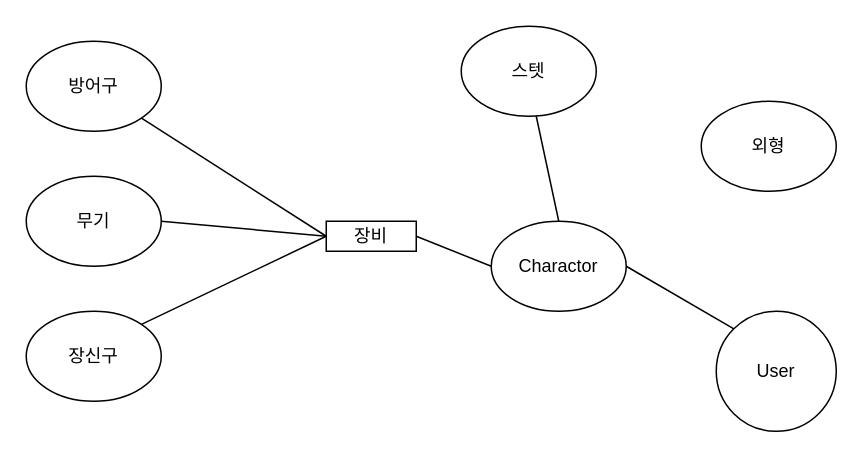
tjsahr0099/dev keeps this draw.io diagram as page "마인드맵" (1 of 2) of doc/설계_마인드맵.drawio. Above is the earlier version. Source tidied: cells renumbered, new cells numbered last; positions are measured from the earlier drawing's top-left corner, leaving out a move shared by most shapes. Both pictures are drawn from the tidied source at 150%, with x=0, y=0 at pixel (26, 26).
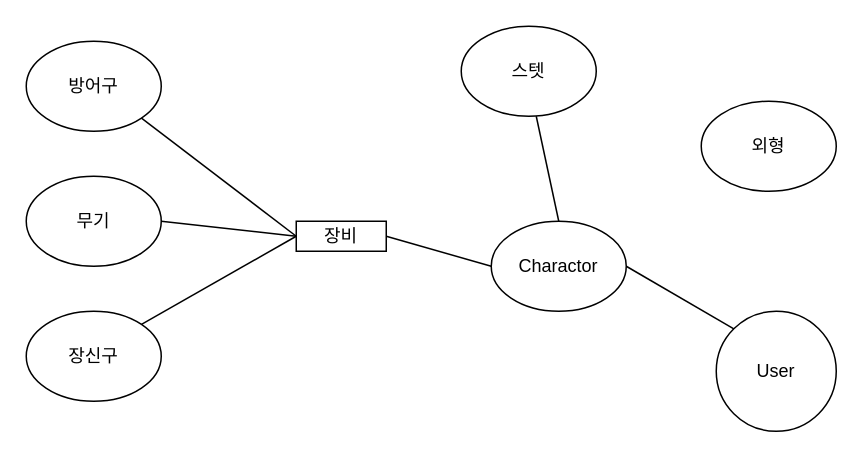
The same page after the edit.

Change to the diagram source:
```diff
@@
 <mxGraphModel>
   <root>
     <mxCell id="0" />
     <mxCell id="1" parent="0" />
     <mxCell id="2" value="User" style="ellipse;whiteSpace=wrap;html=1;" parent="1" vertex="1">
       <mxGeometry x="460" y="190" width="80" height="80" as="geometry" />
     </mxCell>
     <mxCell id="3" value="Charactor" style="ellipse;whiteSpace=wrap;html=1;" parent="1" vertex="1">
       <mxGeometry x="310" y="130" width="90" height="60" as="geometry" />
     </mxCell>
     <mxCell id="4" style="endArrow=none;html=1;exitX=0;exitY=0;exitDx=0;exitDy=0;entryX=1;entryY=0.5;entryDx=0;entryDy=0;" parent="1" edge="1" source="2" target="3">
       <mxGeometry relative="1" as="geometry" />
     </mxCell>
     <mxCell id="5" value="장비" style="rounded=0;whiteSpace=wrap;html=1;" parent="1" vertex="1">
-      <mxGeometry x="200" y="130" width="60" height="20" as="geometry" />
+      <mxGeometry x="180" y="130" width="60" height="20" as="geometry" />
     </mxCell>
     <mxCell id="6" value="무기" style="ellipse;whiteSpace=wrap;html=1;" parent="1" vertex="1">
       <mxGeometry y="100" width="90" height="60" as="geometry" />
     </mxCell>
     <mxCell id="7" value="방어구" style="ellipse;whiteSpace=wrap;html=1;" parent="1" vertex="1">
       <mxGeometry y="10" width="90" height="60" as="geometry" />
     </mxCell>
     <mxCell id="8" value="장신구" style="ellipse;whiteSpace=wrap;html=1;" parent="1" vertex="1">
       <mxGeometry y="190" width="90" height="60" as="geometry" />
     </mxCell>
-    <mxCell id="9" style="endArrow=none;html=1;exitX=1;exitY=0;exitDx=0;exitDy=0;" parent="1" edge="1" source="8">
-      <mxGeometry relative="1" as="geometry">
-        <mxPoint x="200" y="140" as="targetPoint" />
-      </mxGeometry>
+    <mxCell id="9" style="endArrow=none;html=1;exitX=1;exitY=0;exitDx=0;exitDy=0;entryX=0;entryY=0.5;entryDx=0;entryDy=0;" parent="1" edge="1" source="8" target="5">
+      <mxGeometry relative="1" as="geometry" />
     </mxCell>
-    <mxCell id="10" style="endArrow=none;html=1;exitX=1;exitY=0.5;exitDx=0;exitDy=0;" parent="1" edge="1" source="6">
-      <mxGeometry relative="1" as="geometry">
-        <mxPoint x="200" y="140" as="targetPoint" />
-      </mxGeometry>
+    <mxCell id="10" style="endArrow=none;html=1;exitX=1;exitY=0.5;exitDx=0;exitDy=0;entryX=0;entryY=0.5;entryDx=0;entryDy=0;" parent="1" edge="1" source="6" target="5">
+      <mxGeometry relative="1" as="geometry" />
     </mxCell>
     <mxCell id="11" style="endArrow=none;html=1;exitX=1;exitY=1;exitDx=0;exitDy=0;entryX=0;entryY=0.5;entryDx=0;entryDy=0;" parent="1" edge="1" source="7" target="5">
       <mxGeometry relative="1" as="geometry" />
     </mxCell>
     <mxCell id="12" style="endArrow=none;html=1;exitX=1;exitY=0.5;exitDx=0;exitDy=0;entryX=0;entryY=0.5;entryDx=0;entryDy=0;" parent="1" edge="1" source="5" target="3">
       <mxGeometry relative="1" as="geometry" />
     </mxCell>
     <mxCell id="13" style="endArrow=none;html=1;exitX=0.5;exitY=1;exitDx=0;exitDy=0;entryX=0.5;entryY=0;entryDx=0;entryDy=0;" parent="1" edge="1" target="3">
       <mxGeometry relative="1" as="geometry">
         <mxPoint x="340" y="60" as="sourcePoint" />
       </mxGeometry>
     </mxCell>
     <mxCell id="14" value="스텟" style="ellipse;whiteSpace=wrap;html=1;" parent="1" vertex="1">
       <mxGeometry x="290" width="90" height="60" as="geometry" />
     </mxCell>
     <mxCell id="15" value="외형" style="ellipse;whiteSpace=wrap;html=1;" parent="1" vertex="1">
       <mxGeometry x="450" y="50" width="90" height="60" as="geometry" />
     </mxCell>
   </root>
 </mxGraphModel>
```
